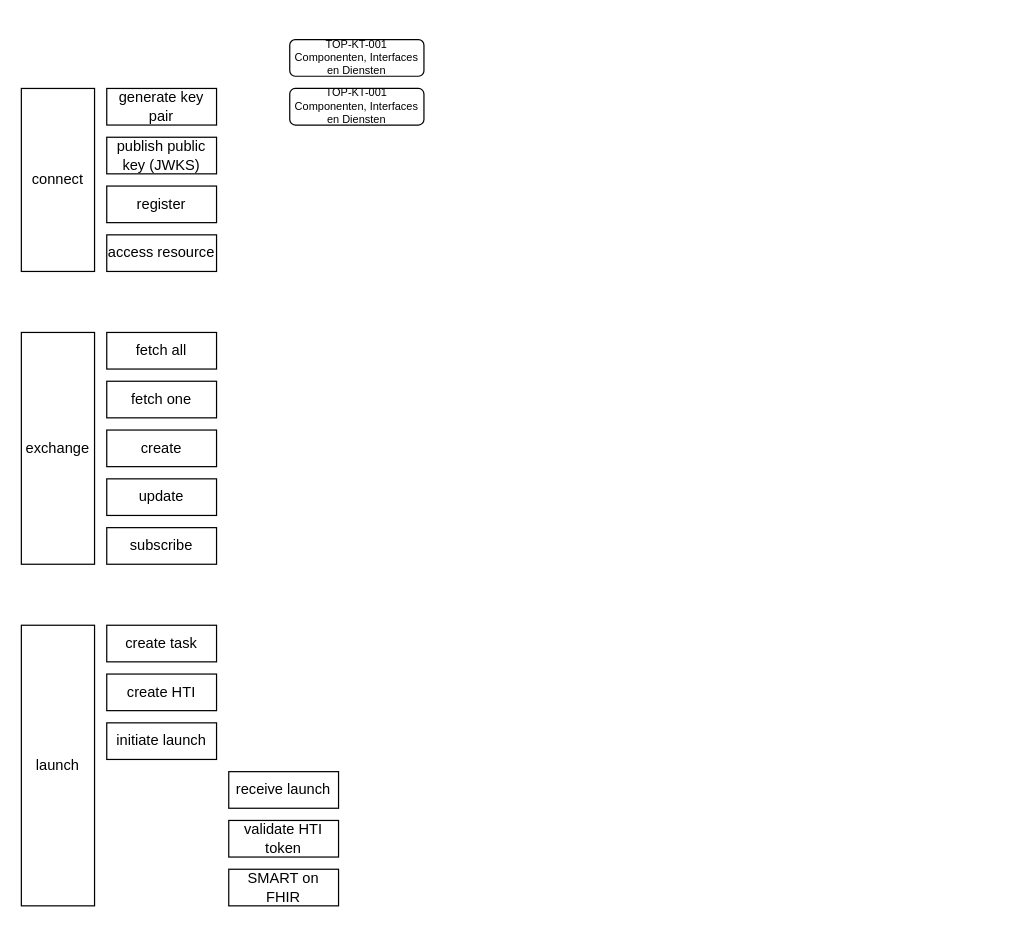
Above: topics/Untitled Diagram.drawio in Koppeltaal/Koppeltaal-2.0-Specificaties-en-Architectuur (draw.io), before the change. Source tidied: cells renumbered, new cells numbered last; positions are measured from the earlier drawing's top-left corner, leaving out a move shared by most shapes. Both pictures are drawn from the tidied source at 122%, with x=0, y=0 at pixel (21, 39).
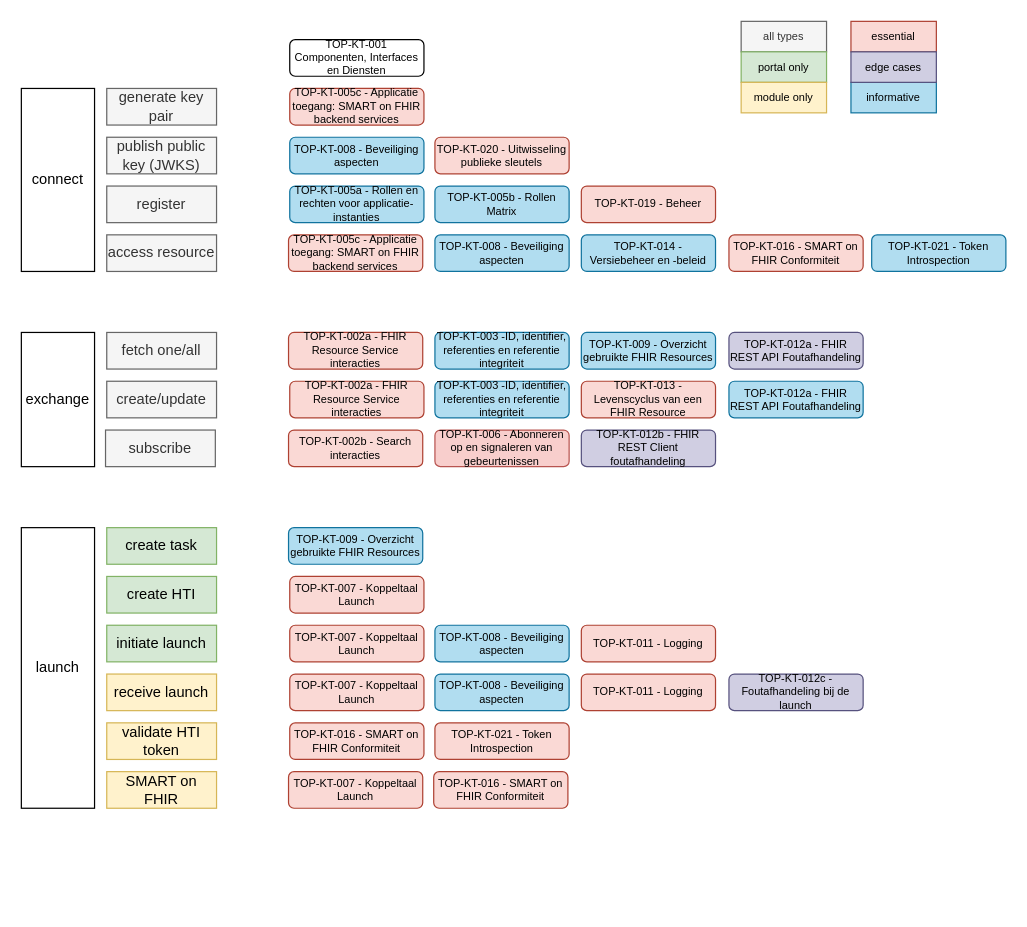
After the change.

Diff of the diagram source:
```diff
@@
     <mxCell id="3" value="exchange" style="rounded=0;whiteSpace=wrap;html=1;" parent="1" vertex="1">
-      <mxGeometry y="240" width="60" height="190" as="geometry" />
+      <mxGeometry y="240" width="60" height="110" as="geometry" />
     </mxCell>
     <mxCell id="4" value="launch" style="rounded=0;whiteSpace=wrap;html=1;" parent="1" vertex="1">
-      <mxGeometry y="480" width="60" height="230" as="geometry" />
+      <mxGeometry y="400" width="60" height="230" as="geometry" />
     </mxCell>
-    <mxCell id="5" value="generate key pair" style="rounded=0;whiteSpace=wrap;html=1;" parent="1" vertex="1">
+    <mxCell id="5" value="generate key pair" style="rounded=0;whiteSpace=wrap;html=1;fillColor=#f5f5f5;strokeColor=#666666;fontColor=#333333;" parent="1" vertex="1">
       <mxGeometry x="70" y="40" width="90" height="30" as="geometry" />
     </mxCell>
-    <mxCell id="6" value="publish public key (JWKS)" style="rounded=0;whiteSpace=wrap;html=1;" parent="1" vertex="1">
+    <mxCell id="6" value="publish public key (JWKS)" style="rounded=0;whiteSpace=wrap;html=1;fillColor=#f5f5f5;strokeColor=#666666;fontColor=#333333;" parent="1" vertex="1">
       <mxGeometry x="70" y="80" width="90" height="30" as="geometry" />
     </mxCell>
-    <mxCell id="7" value="register" style="rounded=0;whiteSpace=wrap;html=1;" parent="1" vertex="1">
+    <mxCell id="7" value="register" style="rounded=0;whiteSpace=wrap;html=1;fillColor=#f5f5f5;strokeColor=#666666;fontColor=#333333;" parent="1" vertex="1">
       <mxGeometry x="70" y="120" width="90" height="30" as="geometry" />
     </mxCell>
-    <mxCell id="8" value="access resource" style="rounded=0;whiteSpace=wrap;html=1;" parent="1" vertex="1">
+    <mxCell id="8" value="access resource" style="rounded=0;whiteSpace=wrap;html=1;fillColor=#f5f5f5;strokeColor=#666666;fontColor=#333333;" parent="1" vertex="1">
       <mxGeometry x="70" y="160" width="90" height="30" as="geometry" />
     </mxCell>
-    <mxCell id="9" value="fetch all" style="rounded=0;whiteSpace=wrap;html=1;" parent="1" vertex="1">
-      <mxGeometry x="70" y="240" width="90" height="30" as="geometry" />
-    </mxCell>
-    <mxCell id="10" value="fetch one" style="rounded=0;whiteSpace=wrap;html=1;" parent="1" vertex="1">
-      <mxGeometry x="70" y="280" width="90" height="30" as="geometry" />
+    <mxCell id="10" value="fetch one/all" style="rounded=0;whiteSpace=wrap;html=1;fillColor=#f5f5f5;strokeColor=#666666;fontColor=#333333;" parent="1" vertex="1">
+      <mxGeometry x="70" y="240" width="90" height="30" as="geometry" />
     </mxCell>
-    <mxCell id="11" value="create" style="rounded=0;whiteSpace=wrap;html=1;" parent="1" vertex="1">
-      <mxGeometry x="70" y="320" width="90" height="30" as="geometry" />
+    <mxCell id="11" value="create/update" style="rounded=0;whiteSpace=wrap;html=1;fillColor=#f5f5f5;strokeColor=#666666;fontColor=#333333;" parent="1" vertex="1">
+      <mxGeometry x="70" y="280" width="90" height="30" as="geometry" />
     </mxCell>
-    <mxCell id="12" value="update" style="rounded=0;whiteSpace=wrap;html=1;" parent="1" vertex="1">
-      <mxGeometry x="70" y="360" width="90" height="30" as="geometry" />
-    </mxCell>
-    <mxCell id="13" value="subscribe" style="rounded=0;whiteSpace=wrap;html=1;" parent="1" vertex="1">
-      <mxGeometry x="70" y="400" width="90" height="30" as="geometry" />
+    <mxCell id="13" value="subscribe" style="rounded=0;whiteSpace=wrap;html=1;fillColor=#f5f5f5;strokeColor=#666666;fontColor=#333333;" parent="1" vertex="1">
+      <mxGeometry x="69" y="320" width="90" height="30" as="geometry" />
     </mxCell>
-    <mxCell id="14" value="create task" style="rounded=0;whiteSpace=wrap;html=1;" parent="1" vertex="1">
-      <mxGeometry x="70" y="480" width="90" height="30" as="geometry" />
+    <mxCell id="14" value="create task" style="rounded=0;whiteSpace=wrap;html=1;fillColor=#d5e8d4;strokeColor=#82b366;" parent="1" vertex="1">
+      <mxGeometry x="70" y="400" width="90" height="30" as="geometry" />
     </mxCell>
-    <mxCell id="15" value="create HTI" style="rounded=0;whiteSpace=wrap;html=1;" parent="1" vertex="1">
-      <mxGeometry x="70" y="520" width="90" height="30" as="geometry" />
+    <mxCell id="15" value="create HTI" style="rounded=0;whiteSpace=wrap;html=1;fillColor=#d5e8d4;strokeColor=#82b366;" parent="1" vertex="1">
+      <mxGeometry x="70" y="440" width="90" height="30" as="geometry" />
     </mxCell>
-    <mxCell id="16" value="initiate launch" style="rounded=0;whiteSpace=wrap;html=1;" parent="1" vertex="1">
-      <mxGeometry x="70" y="560" width="90" height="30" as="geometry" />
+    <mxCell id="16" value="initiate launch" style="rounded=0;whiteSpace=wrap;html=1;fillColor=#d5e8d4;strokeColor=#82b366;" parent="1" vertex="1">
+      <mxGeometry x="70" y="480" width="90" height="30" as="geometry" />
     </mxCell>
-    <mxCell id="17" value="receive launch" style="rounded=0;whiteSpace=wrap;html=1;" parent="1" vertex="1">
-      <mxGeometry x="170" y="600" width="90" height="30" as="geometry" />
+    <mxCell id="17" value="receive launch" style="rounded=0;whiteSpace=wrap;html=1;fillColor=#fff2cc;strokeColor=#d6b656;" parent="1" vertex="1">
+      <mxGeometry x="70" y="520" width="90" height="30" as="geometry" />
     </mxCell>
-    <mxCell id="18" value="validate HTI token" style="rounded=0;whiteSpace=wrap;html=1;" parent="1" vertex="1">
-      <mxGeometry x="170" y="640" width="90" height="30" as="geometry" />
+    <mxCell id="18" value="validate HTI token" style="rounded=0;whiteSpace=wrap;html=1;fillColor=#fff2cc;strokeColor=#d6b656;" parent="1" vertex="1">
+      <mxGeometry x="70" y="560" width="90" height="30" as="geometry" />
     </mxCell>
-    <mxCell id="19" value="SMART on FHIR" style="rounded=0;whiteSpace=wrap;html=1;" parent="1" vertex="1">
-      <mxGeometry x="170" y="680" width="90" height="30" as="geometry" />
+    <mxCell id="19" value="SMART on FHIR" style="rounded=0;whiteSpace=wrap;html=1;fillColor=#fff2cc;strokeColor=#d6b656;" parent="1" vertex="1">
+      <mxGeometry x="70" y="600" width="90" height="30" as="geometry" />
     </mxCell>
@@
-    <mxCell id="21" value="TOP-KT-001&lt;br&gt;Componenten, Interfaces en Diensten" style="rounded=1;whiteSpace=wrap;html=1;fontSize=9;" parent="1" vertex="1">
+    <mxCell id="21" value="TOP-KT-005c - Applicatie toegang: SMART on FHIR backend services" style="rounded=1;whiteSpace=wrap;html=1;fontSize=9;fillColor=#fad9d5;strokeColor=#ae4132;" parent="1" vertex="1">
       <mxGeometry x="220" y="40" width="110" height="30" as="geometry" />
     </mxCell>
+    <mxCell id="22" value="TOP-KT-020 - Uitwisseling publieke sleutels" style="rounded=1;whiteSpace=wrap;html=1;fontSize=9;fillColor=#fad9d5;strokeColor=#ae4132;" parent="1" vertex="1">
+      <mxGeometry x="339" y="80" width="110" height="30" as="geometry" />
+    </mxCell>
+    <mxCell id="23" value="TOP-KT-019 - Beheer" style="rounded=1;whiteSpace=wrap;html=1;fontSize=9;fillColor=#fad9d5;strokeColor=#ae4132;" parent="1" vertex="1">
+      <mxGeometry x="459" y="120" width="110" height="30" as="geometry" />
+    </mxCell>
+    <mxCell id="24" value="TOP-KT-014 - Versiebeheer en -beleid" style="rounded=1;whiteSpace=wrap;html=1;fontSize=9;fillColor=#b1ddf0;strokeColor=#10739e;" parent="1" vertex="1">
+      <mxGeometry x="459" y="160" width="110" height="30" as="geometry" />
+    </mxCell>
+    <mxCell id="25" value="TOP-KT-016 - SMART on FHIR Conformiteit" style="rounded=1;whiteSpace=wrap;html=1;fontSize=9;fillColor=#fad9d5;strokeColor=#ae4132;" parent="1" vertex="1">
+      <mxGeometry x="580" y="160" width="110" height="30" as="geometry" />
+    </mxCell>
+    <mxCell id="26" value="TOP-KT-002a - FHIR Resource Service interacties" style="rounded=1;whiteSpace=wrap;html=1;fontSize=9;fillColor=#fad9d5;strokeColor=#ae4132;" parent="1" vertex="1">
+      <mxGeometry x="219" y="240" width="110" height="30" as="geometry" />
+    </mxCell>
+    <mxCell id="27" value="TOP-KT-009 - Overzicht gebruikte FHIR Resources" style="rounded=1;whiteSpace=wrap;html=1;fontSize=9;fillColor=#b1ddf0;strokeColor=#10739e;" parent="1" vertex="1">
+      <mxGeometry x="459" y="240" width="110" height="30" as="geometry" />
+    </mxCell>
+    <mxCell id="28" value="TOP-KT-003 -ID, identifier, referenties en referentie integriteit" style="rounded=1;whiteSpace=wrap;html=1;fontSize=9;fillColor=#b1ddf0;strokeColor=#10739e;" parent="1" vertex="1">
+      <mxGeometry x="339" y="240" width="110" height="30" as="geometry" />
+    </mxCell>
+    <mxCell id="29" value="TOP-KT-013 - Levenscyclus van een FHIR Resource" style="rounded=1;whiteSpace=wrap;html=1;fontSize=9;fillColor=#fad9d5;strokeColor=#ae4132;" parent="1" vertex="1">
+      <mxGeometry x="459" y="280" width="110" height="30" as="geometry" />
+    </mxCell>
+    <mxCell id="30" value="TOP-KT-006 - Abonneren op en signaleren van gebeurtenissen" style="rounded=1;whiteSpace=wrap;html=1;fontSize=9;fillColor=#f8cecc;strokeColor=#b85450;" parent="1" vertex="1">
+      <mxGeometry x="339" y="320" width="110" height="30" as="geometry" />
+    </mxCell>
+    <mxCell id="31" value="TOP-KT-009 - Overzicht gebruikte FHIR Resources" style="rounded=1;whiteSpace=wrap;html=1;fontSize=9;fillColor=#b1ddf0;strokeColor=#10739e;" parent="1" vertex="1">
+      <mxGeometry x="219" y="400" width="110" height="30" as="geometry" />
+    </mxCell>
+    <mxCell id="32" value="TOP-KT-007 - Koppeltaal Launch" style="rounded=1;whiteSpace=wrap;html=1;fontSize=9;fillColor=#fad9d5;strokeColor=#ae4132;" parent="1" vertex="1">
+      <mxGeometry x="220" y="440" width="110" height="30" as="geometry" />
+    </mxCell>
+    <mxCell id="33" value="TOP-KT-011 - Logging" style="rounded=1;whiteSpace=wrap;html=1;fontSize=9;fillColor=#fad9d5;strokeColor=#ae4132;" parent="1" vertex="1">
+      <mxGeometry x="459" y="480" width="110" height="30" as="geometry" />
+    </mxCell>
+    <mxCell id="34" value="TOP-KT-012c - Foutafhandeling bij de launch" style="rounded=1;whiteSpace=wrap;html=1;fontSize=9;fillColor=#d0cee2;strokeColor=#56517e;" parent="1" vertex="1">
+      <mxGeometry x="580" y="520" width="110" height="30" as="geometry" />
+    </mxCell>
+    <mxCell id="35" value="TOP-KT-011 - Logging" style="rounded=1;whiteSpace=wrap;html=1;fontSize=9;fillColor=#fad9d5;strokeColor=#ae4132;" parent="1" vertex="1">
+      <mxGeometry x="459" y="520" width="110" height="30" as="geometry" />
+    </mxCell>
+    <mxCell id="36" value="TOP-KT-007 - Koppeltaal Launch" style="rounded=1;whiteSpace=wrap;html=1;fontSize=9;fillColor=#fad9d5;strokeColor=#ae4132;" parent="1" vertex="1">
+      <mxGeometry x="220" y="520" width="110" height="30" as="geometry" />
+    </mxCell>
+    <mxCell id="37" value="TOP-KT-016 - SMART on FHIR Conformiteit" style="rounded=1;whiteSpace=wrap;html=1;fontSize=9;fillColor=#fad9d5;strokeColor=#ae4132;" parent="1" vertex="1">
+      <mxGeometry x="220" y="560" width="110" height="30" as="geometry" />
+    </mxCell>
+    <mxCell id="38" value="TOP-KT-021 - Token Introspection" style="rounded=1;whiteSpace=wrap;html=1;fontSize=9;fillColor=#fad9d5;strokeColor=#ae4132;" parent="1" vertex="1">
+      <mxGeometry x="339" y="560" width="110" height="30" as="geometry" />
+    </mxCell>
+    <mxCell id="39" value="TOP-KT-007 - Koppeltaal Launch" style="rounded=1;whiteSpace=wrap;html=1;fontSize=9;fillColor=#fad9d5;strokeColor=#ae4132;" parent="1" vertex="1">
+      <mxGeometry x="219" y="600" width="110" height="30" as="geometry" />
+    </mxCell>
+    <mxCell id="40" value="TOP-KT-016 - SMART on FHIR Conformiteit" style="rounded=1;whiteSpace=wrap;html=1;fontSize=9;fillColor=#fad9d5;strokeColor=#ae4132;" parent="1" vertex="1">
+      <mxGeometry x="338" y="600" width="110" height="30" as="geometry" />
+    </mxCell>
+    <mxCell id="41" value="TOP-KT-005c - Applicatie toegang: SMART on FHIR backend services" style="rounded=1;whiteSpace=wrap;html=1;fontSize=9;fillColor=#fad9d5;strokeColor=#ae4132;" parent="1" vertex="1">
+      <mxGeometry x="219" y="160" width="110" height="30" as="geometry" />
+    </mxCell>
+    <mxCell id="42" value="TOP-KT-002a - FHIR Resource Service interacties" style="rounded=1;whiteSpace=wrap;html=1;fontSize=9;fillColor=#fad9d5;strokeColor=#ae4132;" parent="1" vertex="1">
+      <mxGeometry x="220" y="280" width="110" height="30" as="geometry" />
+    </mxCell>
+    <mxCell id="43" value="TOP-KT-003 -ID, identifier, referenties en referentie integriteit" style="rounded=1;whiteSpace=wrap;html=1;fontSize=9;fillColor=#b1ddf0;strokeColor=#10739e;" parent="1" vertex="1">
+      <mxGeometry x="339" y="280" width="110" height="30" as="geometry" />
+    </mxCell>
+    <mxCell id="44" value="TOP-KT-012a - FHIR REST API Foutafhandeling" style="rounded=1;whiteSpace=wrap;html=1;fontSize=9;fillColor=#d0cee2;strokeColor=#56517e;" parent="1" vertex="1">
+      <mxGeometry x="580" y="240" width="110" height="30" as="geometry" />
+    </mxCell>
+    <mxCell id="45" value="TOP-KT-012a - FHIR REST API Foutafhandeling" style="rounded=1;whiteSpace=wrap;html=1;fontSize=9;fillColor=#b1ddf0;strokeColor=#10739e;" parent="1" vertex="1">
+      <mxGeometry x="580" y="280" width="110" height="30" as="geometry" />
+    </mxCell>
+    <mxCell id="46" value="informative" style="rounded=0;whiteSpace=wrap;html=1;fontSize=9;fillColor=#b1ddf0;strokeColor=#10739e;" parent="1" vertex="1">
+      <mxGeometry x="680" y="35" width="70" height="25" as="geometry" />
+    </mxCell>
+    <mxCell id="47" value="essential" style="rounded=0;whiteSpace=wrap;html=1;fontSize=9;fillColor=#fad9d5;strokeColor=#ae4132;" parent="1" vertex="1">
+      <mxGeometry x="680" y="-15" width="70" height="25" as="geometry" />
+    </mxCell>
+    <mxCell id="48" value="all types" style="rounded=0;whiteSpace=wrap;html=1;fontSize=9;fillColor=#f5f5f5;strokeColor=#666666;fontColor=#333333;" parent="1" vertex="1">
+      <mxGeometry x="590" y="-15" width="70" height="25" as="geometry" />
+    </mxCell>
+    <mxCell id="49" value="portal only" style="rounded=0;whiteSpace=wrap;html=1;fontSize=9;fillColor=#d5e8d4;strokeColor=#82b366;" parent="1" vertex="1">
+      <mxGeometry x="590" y="10" width="70" height="25" as="geometry" />
+    </mxCell>
+    <mxCell id="50" value="module only" style="rounded=0;whiteSpace=wrap;html=1;fontSize=9;fillColor=#fff2cc;strokeColor=#d6b656;" parent="1" vertex="1">
+      <mxGeometry x="590" y="35" width="70" height="25" as="geometry" />
+    </mxCell>
+    <mxCell id="51" value="TOP-KT-012b - FHIR REST Client foutafhandeling" style="rounded=1;whiteSpace=wrap;html=1;fontSize=9;fillColor=#d0cee2;strokeColor=#56517e;" parent="1" vertex="1">
+      <mxGeometry x="459" y="320" width="110" height="30" as="geometry" />
+    </mxCell>
+    <mxCell id="52" value="edge cases" style="rounded=0;whiteSpace=wrap;html=1;fontSize=9;fillColor=#d0cee2;strokeColor=#56517e;" parent="1" vertex="1">
+      <mxGeometry x="680" y="10" width="70" height="25" as="geometry" />
+    </mxCell>
+    <mxCell id="53" value="TOP-KT-007 - Koppeltaal Launch" style="rounded=1;whiteSpace=wrap;html=1;fontSize=9;fillColor=#fad9d5;strokeColor=#ae4132;" parent="1" vertex="1">
+      <mxGeometry x="220" y="480" width="110" height="30" as="geometry" />
+    </mxCell>
+    <mxCell id="54" value="TOP-KT-008 - Beveiliging aspecten" style="rounded=1;whiteSpace=wrap;html=1;fontSize=9;fillColor=#b1ddf0;strokeColor=#10739e;" parent="1" vertex="1">
+      <mxGeometry x="339" y="160" width="110" height="30" as="geometry" />
+    </mxCell>
+    <mxCell id="55" value="TOP-KT-008 - Beveiliging aspecten" style="rounded=1;whiteSpace=wrap;html=1;fontSize=9;fillColor=#b1ddf0;strokeColor=#10739e;" parent="1" vertex="1">
+      <mxGeometry x="339" y="480" width="110" height="30" as="geometry" />
+    </mxCell>
+    <mxCell id="56" value="TOP-KT-008 - Beveiliging aspecten" style="rounded=1;whiteSpace=wrap;html=1;fontSize=9;fillColor=#b1ddf0;strokeColor=#10739e;" parent="1" vertex="1">
+      <mxGeometry x="339" y="520" width="110" height="30" as="geometry" />
+    </mxCell>
+    <mxCell id="57" value="TOP-KT-008 - Beveiliging aspecten" style="rounded=1;whiteSpace=wrap;html=1;fontSize=9;fillColor=#b1ddf0;strokeColor=#10739e;" parent="1" vertex="1">
+      <mxGeometry x="220" y="80" width="110" height="30" as="geometry" />
+    </mxCell>
+    <mxCell id="58" value="TOP-KT-002b - Search interacties" style="rounded=1;whiteSpace=wrap;html=1;fontSize=9;fillColor=#fad9d5;strokeColor=#ae4132;" parent="1" vertex="1">
+      <mxGeometry x="219" y="320" width="110" height="30" as="geometry" />
+    </mxCell>
+    <mxCell id="59" value="TOP-KT-005a - Rollen en rechten voor applicatie-instanties" style="rounded=1;whiteSpace=wrap;html=1;fontSize=9;fillColor=#b1ddf0;strokeColor=#10739e;" parent="1" vertex="1">
+      <mxGeometry x="220" y="120" width="110" height="30" as="geometry" />
+    </mxCell>
+    <mxCell id="60" value="TOP-KT-005b - Rollen Matrix" style="rounded=1;whiteSpace=wrap;html=1;fontSize=9;fillColor=#b1ddf0;strokeColor=#10739e;" parent="1" vertex="1">
+      <mxGeometry x="339" y="120" width="110" height="30" as="geometry" />
+    </mxCell>
+    <mxCell id="61" value="TOP-KT-021 - Token Introspection" style="rounded=1;whiteSpace=wrap;html=1;fontSize=9;fillColor=#b1ddf0;strokeColor=#10739e;" parent="1" vertex="1">
+      <mxGeometry x="697" y="160" width="110" height="30" as="geometry" />
+    </mxCell>
```
